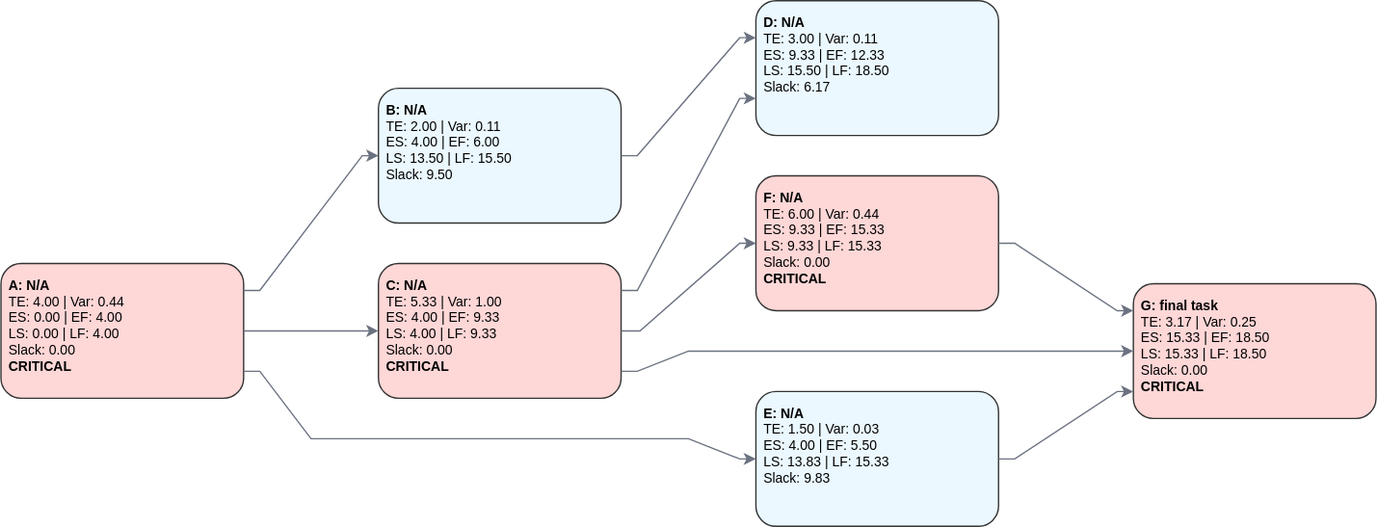
This is assets/example_pert_diagram.svg from AntonioAI/csv-2-pert, a draw.io export, as it was before one commit. Source tidied: cells renumbered, new cells last; positions are measured from the earlier drawing's top-left corner, leaving out a move shared by most shapes.
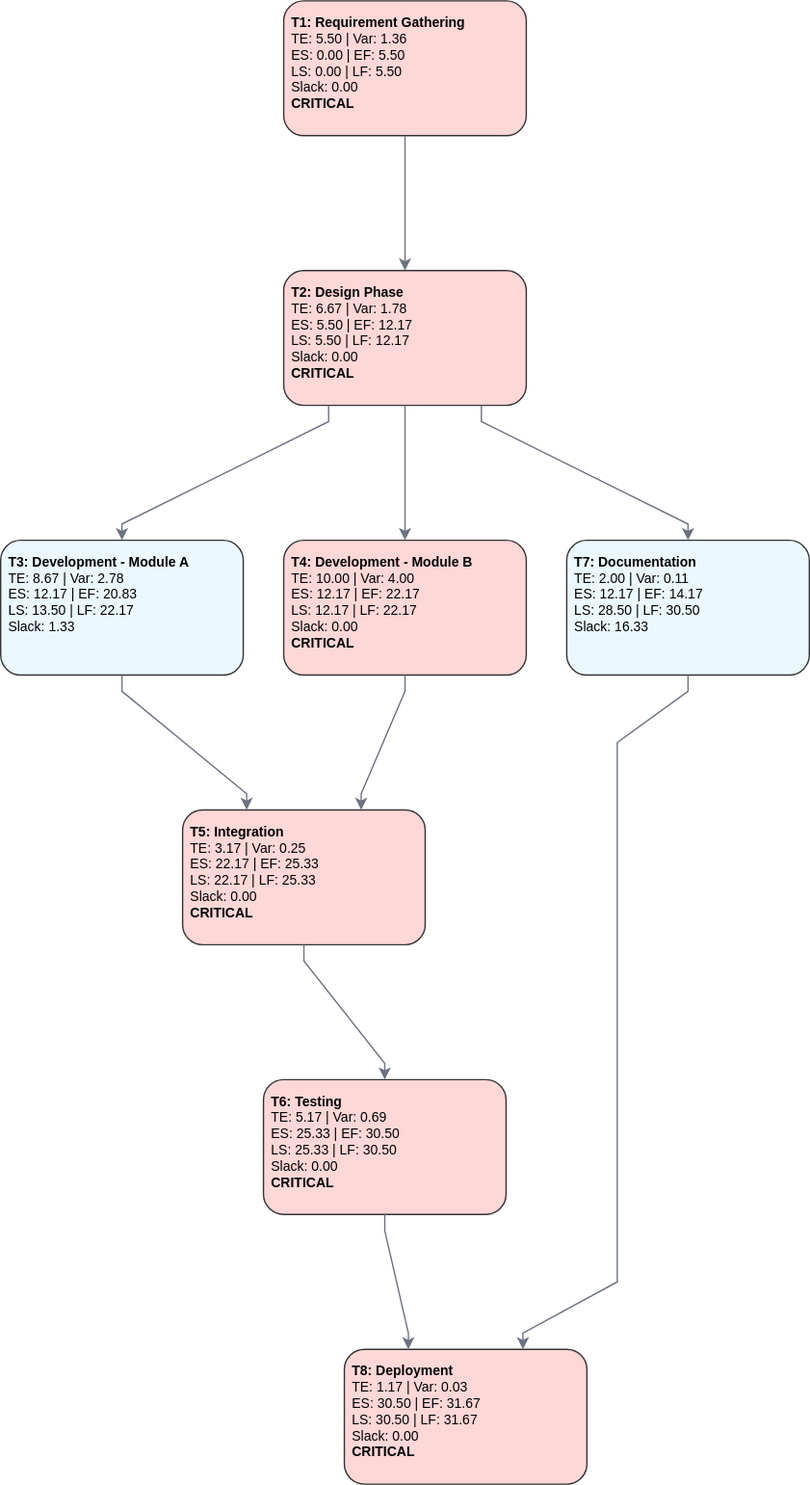
The same file after the commit.

The edit, as a diff of the source:
```diff
@@ -2,102 +2,105 @@
   <root>
     <mxCell id="0" />
     <mxCell id="1" parent="0" />
-    <mxCell id="2" value="&lt;b&gt;A: N/A&lt;/b&gt;&lt;br&gt;TE: 4.00 | Var: 0.44&lt;br&gt;ES: 0.00 | EF: 4.00&lt;br&gt;LS: 0.00 | LF: 4.00&lt;br&gt;Slack: 0.00&lt;br&gt;&lt;b&gt;CRITICAL&lt;/b&gt;" style="shape=rectangle;whiteSpace=wrap;html=1;rounded=1;strokeColor=#333333;fontSize=10;fontFamily=Helvetica;align=left;verticalAlign=top;spacingLeft=4;spacingRight=4;spacingTop=4;spacingBottom=4;fillColor=#FED7D7;" parent="1" vertex="1">
-      <mxGeometry y="195" width="180" height="100" as="geometry" />
-    </mxCell>
-    <mxCell id="3" value="&lt;b&gt;B: N/A&lt;/b&gt;&lt;br&gt;TE: 2.00 | Var: 0.11&lt;br&gt;ES: 4.00 | EF: 6.00&lt;br&gt;LS: 13.50 | LF: 15.50&lt;br&gt;Slack: 9.50" style="shape=rectangle;whiteSpace=wrap;html=1;rounded=1;strokeColor=#333333;fontSize=10;fontFamily=Helvetica;align=left;verticalAlign=top;spacingLeft=4;spacingRight=4;spacingTop=4;spacingBottom=4;fillColor=#EBF8FF;" parent="1" vertex="1">
-      <mxGeometry x="280" y="65" width="180" height="100" as="geometry" />
-    </mxCell>
-    <mxCell id="4" value="&lt;b&gt;C: N/A&lt;/b&gt;&lt;br&gt;TE: 5.33 | Var: 1.00&lt;br&gt;ES: 4.00 | EF: 9.33&lt;br&gt;LS: 4.00 | LF: 9.33&lt;br&gt;Slack: 0.00&lt;br&gt;&lt;b&gt;CRITICAL&lt;/b&gt;" style="shape=rectangle;whiteSpace=wrap;html=1;rounded=1;strokeColor=#333333;fontSize=10;fontFamily=Helvetica;align=left;verticalAlign=top;spacingLeft=4;spacingRight=4;spacingTop=4;spacingBottom=4;fillColor=#FED7D7;" parent="1" vertex="1">
-      <mxGeometry x="280" y="195" width="180" height="100" as="geometry" />
-    </mxCell>
-    <mxCell id="5" value="&lt;b&gt;D: N/A&lt;/b&gt;&lt;br&gt;TE: 3.00 | Var: 0.11&lt;br&gt;ES: 9.33 | EF: 12.33&lt;br&gt;LS: 15.50 | LF: 18.50&lt;br&gt;Slack: 6.17" style="shape=rectangle;whiteSpace=wrap;html=1;rounded=1;strokeColor=#333333;fontSize=10;fontFamily=Helvetica;align=left;verticalAlign=top;spacingLeft=4;spacingRight=4;spacingTop=4;spacingBottom=4;fillColor=#EBF8FF;" parent="1" vertex="1">
-      <mxGeometry x="560" width="180" height="100" as="geometry" />
-    </mxCell>
-    <mxCell id="6" value="&lt;b&gt;E: N/A&lt;/b&gt;&lt;br&gt;TE: 1.50 | Var: 0.03&lt;br&gt;ES: 4.00 | EF: 5.50&lt;br&gt;LS: 13.83 | LF: 15.33&lt;br&gt;Slack: 9.83" style="shape=rectangle;whiteSpace=wrap;html=1;rounded=1;strokeColor=#333333;fontSize=10;fontFamily=Helvetica;align=left;verticalAlign=top;spacingLeft=4;spacingRight=4;spacingTop=4;spacingBottom=4;fillColor=#EBF8FF;" parent="1" vertex="1">
-      <mxGeometry x="560" y="290" width="180" height="100" as="geometry" />
-    </mxCell>
-    <mxCell id="7" value="&lt;b&gt;F: N/A&lt;/b&gt;&lt;br&gt;TE: 6.00 | Var: 0.44&lt;br&gt;ES: 9.33 | EF: 15.33&lt;br&gt;LS: 9.33 | LF: 15.33&lt;br&gt;Slack: 0.00&lt;br&gt;&lt;b&gt;CRITICAL&lt;/b&gt;" style="shape=rectangle;whiteSpace=wrap;html=1;rounded=1;strokeColor=#333333;fontSize=10;fontFamily=Helvetica;align=left;verticalAlign=top;spacingLeft=4;spacingRight=4;spacingTop=4;spacingBottom=4;fillColor=#FED7D7;" parent="1" vertex="1">
-      <mxGeometry x="560" y="130" width="180" height="100" as="geometry" />
-    </mxCell>
-    <mxCell id="8" value="&lt;b&gt;G: final task&lt;/b&gt;&lt;br&gt;TE: 3.17 | Var: 0.25&lt;br&gt;ES: 15.33 | EF: 18.50&lt;br&gt;LS: 15.33 | LF: 18.50&lt;br&gt;Slack: 0.00&lt;br&gt;&lt;b&gt;CRITICAL&lt;/b&gt;" style="shape=rectangle;whiteSpace=wrap;html=1;rounded=1;strokeColor=#333333;fontSize=10;fontFamily=Helvetica;align=left;verticalAlign=top;spacingLeft=4;spacingRight=4;spacingTop=4;spacingBottom=4;fillColor=#FED7D7;" parent="1" vertex="1">
-      <mxGeometry x="840" y="210" width="180" height="100" as="geometry" />
-    </mxCell>
-    <mxCell id="9" style="edgeStyle=orthogonalEdgeStyle;rounded=0;jettySize=auto;html=1;endArrow=classic;strokeWidth=1;strokeColor=#6B7280;noEdgeStyle=1;orthogonal=1;" parent="1" edge="1" source="2" target="3">
-      <mxGeometry relative="1" as="geometry">
-        <Array as="points">
-          <mxPoint x="192" y="215" />
-          <mxPoint x="268" y="115" />
-        </Array>
-      </mxGeometry>
-    </mxCell>
-    <mxCell id="10" style="edgeStyle=orthogonalEdgeStyle;rounded=0;jettySize=auto;html=1;endArrow=classic;strokeWidth=1;strokeColor=#6B7280;noEdgeStyle=1;orthogonal=1;" parent="1" edge="1" source="2" target="4">
-      <mxGeometry relative="1" as="geometry">
-        <Array as="points">
-          <mxPoint x="194" y="245" />
-          <mxPoint x="268" y="245" />
-        </Array>
-      </mxGeometry>
-    </mxCell>
-    <mxCell id="11" style="edgeStyle=orthogonalEdgeStyle;rounded=0;jettySize=auto;html=1;endArrow=classic;strokeWidth=1;strokeColor=#6B7280;noEdgeStyle=1;orthogonal=1;" parent="1" edge="1" source="3" target="5">
-      <mxGeometry relative="1" as="geometry">
-        <Array as="points">
-          <mxPoint x="472" y="115" />
-          <mxPoint x="548" y="27.5" />
-        </Array>
-      </mxGeometry>
-    </mxCell>
-    <mxCell id="12" style="edgeStyle=orthogonalEdgeStyle;rounded=0;jettySize=auto;html=1;endArrow=classic;strokeWidth=1;strokeColor=#6B7280;noEdgeStyle=1;orthogonal=1;" parent="1" edge="1" source="4" target="5">
-      <mxGeometry relative="1" as="geometry">
-        <Array as="points">
-          <mxPoint x="472" y="215" />
-          <mxPoint x="548" y="72.5" />
-        </Array>
-      </mxGeometry>
-    </mxCell>
-    <mxCell id="13" style="edgeStyle=orthogonalEdgeStyle;rounded=0;jettySize=auto;html=1;endArrow=classic;strokeWidth=1;strokeColor=#6B7280;noEdgeStyle=1;orthogonal=1;" parent="1" edge="1" source="2" target="6">
-      <mxGeometry relative="1" as="geometry">
-        <Array as="points">
-          <mxPoint x="192" y="275" />
-          <mxPoint x="230" y="325" />
-          <mxPoint x="510" y="325" />
-          <mxPoint x="548" y="340" />
-        </Array>
-      </mxGeometry>
-    </mxCell>
-    <mxCell id="14" style="edgeStyle=orthogonalEdgeStyle;rounded=0;jettySize=auto;html=1;endArrow=classic;strokeWidth=1;strokeColor=#6B7280;noEdgeStyle=1;orthogonal=1;" parent="1" edge="1" source="4" target="7">
-      <mxGeometry relative="1" as="geometry">
-        <Array as="points">
-          <mxPoint x="474" y="245" />
-          <mxPoint x="548" y="180" />
-        </Array>
-      </mxGeometry>
-    </mxCell>
-    <mxCell id="15" style="edgeStyle=orthogonalEdgeStyle;rounded=0;jettySize=auto;html=1;endArrow=classic;strokeWidth=1;strokeColor=#6B7280;noEdgeStyle=1;orthogonal=1;" parent="1" edge="1" source="6" target="8">
-      <mxGeometry relative="1" as="geometry">
-        <Array as="points">
-          <mxPoint x="752" y="340" />
-          <mxPoint x="828" y="290" />
-        </Array>
-      </mxGeometry>
-    </mxCell>
-    <mxCell id="16" style="edgeStyle=orthogonalEdgeStyle;rounded=0;jettySize=auto;html=1;endArrow=classic;strokeWidth=1;strokeColor=#6B7280;noEdgeStyle=1;orthogonal=1;" parent="1" edge="1" source="7" target="8">
-      <mxGeometry relative="1" as="geometry">
-        <Array as="points">
-          <mxPoint x="752" y="180" />
-          <mxPoint x="828" y="230" />
-        </Array>
-      </mxGeometry>
-    </mxCell>
-    <mxCell id="17" style="edgeStyle=orthogonalEdgeStyle;rounded=0;jettySize=auto;html=1;endArrow=classic;strokeWidth=1;strokeColor=#6B7280;noEdgeStyle=1;orthogonal=1;" parent="1" edge="1" source="4" target="8">
-      <mxGeometry relative="1" as="geometry">
-        <Array as="points">
-          <mxPoint x="472" y="275" />
-          <mxPoint x="510" y="260" />
-          <mxPoint x="790" y="260" />
-          <mxPoint x="826" y="260" />
-        </Array>
-      </mxGeometry>
-    </mxCell>
+    <mxCell id="18" value="&lt;b&gt;T1: Requirement Gathering&lt;/b&gt;&lt;br&gt;TE: 5.50 | Var: 1.36&lt;br&gt;ES: 0.00 | EF: 5.50&lt;br&gt;LS: 0.00 | LF: 5.50&lt;br&gt;Slack: 0.00&lt;br&gt;&lt;b&gt;CRITICAL&lt;/b&gt;" style="shape=rectangle;whiteSpace=wrap;html=1;rounded=1;strokeColor=#333333;fontSize=10;fontFamily=Helvetica;align=left;verticalAlign=top;spacingLeft=4;spacingRight=4;spacingTop=4;spacingBottom=4;fillColor=#FED7D7;" parent="1" vertex="1">
+      <mxGeometry x="210" width="180" height="100" as="geometry" />
+    </mxCell>
+    <mxCell id="19" value="&lt;b&gt;T2: Design Phase&lt;/b&gt;&lt;br&gt;TE: 6.67 | Var: 1.78&lt;br&gt;ES: 5.50 | EF: 12.17&lt;br&gt;LS: 5.50 | LF: 12.17&lt;br&gt;Slack: 0.00&lt;br&gt;&lt;b&gt;CRITICAL&lt;/b&gt;" style="shape=rectangle;whiteSpace=wrap;html=1;rounded=1;strokeColor=#333333;fontSize=10;fontFamily=Helvetica;align=left;verticalAlign=top;spacingLeft=4;spacingRight=4;spacingTop=4;spacingBottom=4;fillColor=#FED7D7;" parent="1" vertex="1">
+      <mxGeometry x="210" y="200" width="180" height="100" as="geometry" />
+    </mxCell>
+    <mxCell id="20" value="&lt;b&gt;T3: Development - Module A&lt;/b&gt;&lt;br&gt;TE: 8.67 | Var: 2.78&lt;br&gt;ES: 12.17 | EF: 20.83&lt;br&gt;LS: 13.50 | LF: 22.17&lt;br&gt;Slack: 1.33" style="shape=rectangle;whiteSpace=wrap;html=1;rounded=1;strokeColor=#333333;fontSize=10;fontFamily=Helvetica;align=left;verticalAlign=top;spacingLeft=4;spacingRight=4;spacingTop=4;spacingBottom=4;fillColor=#EBF8FF;" parent="1" vertex="1">
+      <mxGeometry y="400" width="180" height="100" as="geometry" />
+    </mxCell>
+    <mxCell id="21" value="&lt;b&gt;T4: Development - Module B&lt;/b&gt;&lt;br&gt;TE: 10.00 | Var: 4.00&lt;br&gt;ES: 12.17 | EF: 22.17&lt;br&gt;LS: 12.17 | LF: 22.17&lt;br&gt;Slack: 0.00&lt;br&gt;&lt;b&gt;CRITICAL&lt;/b&gt;" style="shape=rectangle;whiteSpace=wrap;html=1;rounded=1;strokeColor=#333333;fontSize=10;fontFamily=Helvetica;align=left;verticalAlign=top;spacingLeft=4;spacingRight=4;spacingTop=4;spacingBottom=4;fillColor=#FED7D7;" parent="1" vertex="1">
+      <mxGeometry x="210" y="400" width="180" height="100" as="geometry" />
+    </mxCell>
+    <mxCell id="22" value="&lt;b&gt;T5: Integration&lt;/b&gt;&lt;br&gt;TE: 3.17 | Var: 0.25&lt;br&gt;ES: 22.17 | EF: 25.33&lt;br&gt;LS: 22.17 | LF: 25.33&lt;br&gt;Slack: 0.00&lt;br&gt;&lt;b&gt;CRITICAL&lt;/b&gt;" style="shape=rectangle;whiteSpace=wrap;html=1;rounded=1;strokeColor=#333333;fontSize=10;fontFamily=Helvetica;align=left;verticalAlign=top;spacingLeft=4;spacingRight=4;spacingTop=4;spacingBottom=4;fillColor=#FED7D7;" parent="1" vertex="1">
+      <mxGeometry x="135" y="600" width="180" height="100" as="geometry" />
+    </mxCell>
+    <mxCell id="23" value="&lt;b&gt;T6: Testing&lt;/b&gt;&lt;br&gt;TE: 5.17 | Var: 0.69&lt;br&gt;ES: 25.33 | EF: 30.50&lt;br&gt;LS: 25.33 | LF: 30.50&lt;br&gt;Slack: 0.00&lt;br&gt;&lt;b&gt;CRITICAL&lt;/b&gt;" style="shape=rectangle;whiteSpace=wrap;html=1;rounded=1;strokeColor=#333333;fontSize=10;fontFamily=Helvetica;align=left;verticalAlign=top;spacingLeft=4;spacingRight=4;spacingTop=4;spacingBottom=4;fillColor=#FED7D7;" parent="1" vertex="1">
+      <mxGeometry x="195" y="800" width="180" height="100" as="geometry" />
+    </mxCell>
+    <mxCell id="24" value="&lt;b&gt;T7: Documentation&lt;/b&gt;&lt;br&gt;TE: 2.00 | Var: 0.11&lt;br&gt;ES: 12.17 | EF: 14.17&lt;br&gt;LS: 28.50 | LF: 30.50&lt;br&gt;Slack: 16.33" style="shape=rectangle;whiteSpace=wrap;html=1;rounded=1;strokeColor=#333333;fontSize=10;fontFamily=Helvetica;align=left;verticalAlign=top;spacingLeft=4;spacingRight=4;spacingTop=4;spacingBottom=4;fillColor=#EBF8FF;" parent="1" vertex="1">
+      <mxGeometry x="420" y="400" width="180" height="100" as="geometry" />
+    </mxCell>
+    <mxCell id="25" value="&lt;b&gt;T8: Deployment&lt;/b&gt;&lt;br&gt;TE: 1.17 | Var: 0.03&lt;br&gt;ES: 30.50 | EF: 31.67&lt;br&gt;LS: 30.50 | LF: 31.67&lt;br&gt;Slack: 0.00&lt;br&gt;&lt;b&gt;CRITICAL&lt;/b&gt;" style="shape=rectangle;whiteSpace=wrap;html=1;rounded=1;strokeColor=#333333;fontSize=10;fontFamily=Helvetica;align=left;verticalAlign=top;spacingLeft=4;spacingRight=4;spacingTop=4;spacingBottom=4;fillColor=#FED7D7;" parent="1" vertex="1">
+      <mxGeometry x="255" y="1000" width="180" height="100" as="geometry" />
+    </mxCell>
+    <mxCell id="26" style="edgeStyle=orthogonalEdgeStyle;rounded=0;jettySize=auto;html=1;endArrow=classic;strokeWidth=1;strokeColor=#6B7280;noEdgeStyle=1;orthogonal=1;" parent="1" edge="1" source="18" target="19">
+      <mxGeometry relative="1" as="geometry">
+        <Array as="points">
+          <mxPoint x="300" y="112" />
+          <mxPoint x="300" y="188" />
+        </Array>
+      </mxGeometry>
+    </mxCell>
+    <mxCell id="27" style="edgeStyle=orthogonalEdgeStyle;rounded=0;jettySize=auto;html=1;endArrow=classic;strokeWidth=1;strokeColor=#6B7280;noEdgeStyle=1;orthogonal=1;" parent="1" edge="1" source="19" target="20">
+      <mxGeometry relative="1" as="geometry">
+        <Array as="points">
+          <mxPoint x="243.3" y="312" />
+          <mxPoint x="90" y="388" />
+        </Array>
+      </mxGeometry>
+    </mxCell>
+    <mxCell id="28" style="edgeStyle=orthogonalEdgeStyle;rounded=0;jettySize=auto;html=1;endArrow=classic;strokeWidth=1;strokeColor=#6B7280;noEdgeStyle=1;orthogonal=1;" parent="1" edge="1" source="19" target="21">
+      <mxGeometry relative="1" as="geometry">
+        <Array as="points">
+          <mxPoint x="300" y="314" />
+          <mxPoint x="300" y="388" />
+        </Array>
+      </mxGeometry>
+    </mxCell>
+    <mxCell id="29" style="edgeStyle=orthogonalEdgeStyle;rounded=0;jettySize=auto;html=1;endArrow=classic;strokeWidth=1;strokeColor=#6B7280;noEdgeStyle=1;orthogonal=1;" parent="1" edge="1" source="20" target="22">
+      <mxGeometry relative="1" as="geometry">
+        <Array as="points">
+          <mxPoint x="90" y="512" />
+          <mxPoint x="182.5" y="588" />
+        </Array>
+      </mxGeometry>
+    </mxCell>
+    <mxCell id="30" style="edgeStyle=orthogonalEdgeStyle;rounded=0;jettySize=auto;html=1;endArrow=classic;strokeWidth=1;strokeColor=#6B7280;noEdgeStyle=1;orthogonal=1;" parent="1" edge="1" source="21" target="22">
+      <mxGeometry relative="1" as="geometry">
+        <Array as="points">
+          <mxPoint x="300" y="512" />
+          <mxPoint x="267.5" y="588" />
+        </Array>
+      </mxGeometry>
+    </mxCell>
+    <mxCell id="31" style="edgeStyle=orthogonalEdgeStyle;rounded=0;jettySize=auto;html=1;endArrow=classic;strokeWidth=1;strokeColor=#6B7280;noEdgeStyle=1;orthogonal=1;" parent="1" edge="1" source="22" target="23">
+      <mxGeometry relative="1" as="geometry">
+        <Array as="points">
+          <mxPoint x="225" y="712" />
+          <mxPoint x="285" y="788" />
+        </Array>
+      </mxGeometry>
+    </mxCell>
+    <mxCell id="32" style="edgeStyle=orthogonalEdgeStyle;rounded=0;jettySize=auto;html=1;endArrow=classic;strokeWidth=1;strokeColor=#6B7280;noEdgeStyle=1;orthogonal=1;" parent="1" edge="1" source="19" target="24">
+      <mxGeometry relative="1" as="geometry">
+        <Array as="points">
+          <mxPoint x="356.7" y="312" />
+          <mxPoint x="510" y="388" />
+        </Array>
+      </mxGeometry>
+    </mxCell>
+    <mxCell id="33" style="edgeStyle=orthogonalEdgeStyle;rounded=0;jettySize=auto;html=1;endArrow=classic;strokeWidth=1;strokeColor=#6B7280;noEdgeStyle=1;orthogonal=1;" parent="1" edge="1" source="23" target="25">
+      <mxGeometry relative="1" as="geometry">
+        <Array as="points">
+          <mxPoint x="285" y="912" />
+          <mxPoint x="302.5" y="988" />
+        </Array>
+      </mxGeometry>
+    </mxCell>
+    <mxCell id="34" style="edgeStyle=orthogonalEdgeStyle;rounded=0;jettySize=auto;html=1;endArrow=classic;strokeWidth=1;strokeColor=#6B7280;noEdgeStyle=1;orthogonal=1;" parent="1" edge="1" source="24" target="25">
+      <mxGeometry relative="1" as="geometry">
+        <Array as="points">
+          <mxPoint x="510" y="512" />
+          <mxPoint x="457.5" y="550" />
+          <mxPoint x="457.5" y="750" />
+          <mxPoint x="457.5" y="750" />
+          <mxPoint x="457.5" y="950" />
+          <mxPoint x="387.5" y="988" />
+        </Array>
+      </mxGeometry>
+    </mxCell>
   </root>
 </mxGraphModel>
```
